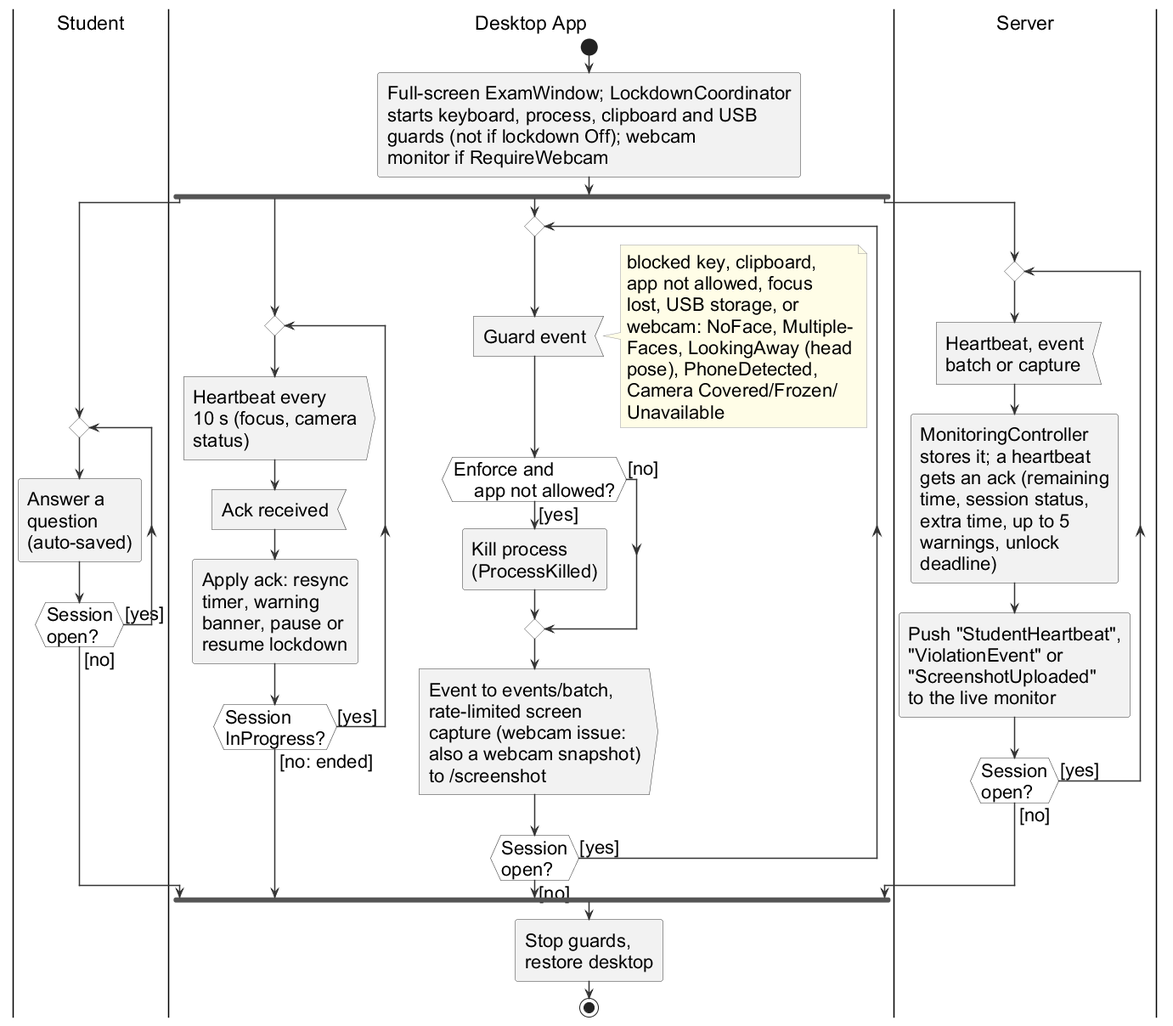
This is important docs/fyp_doc_3chatp/Figures/activity_dashboard.png from Haiderali27-hub/AI-Lab-Monitoring-, a PlantUML export, as it was before one commit. Its source is kept beside it as important docs/fyp_doc_3chatp/Figures/src/activity_dashboard.puml.
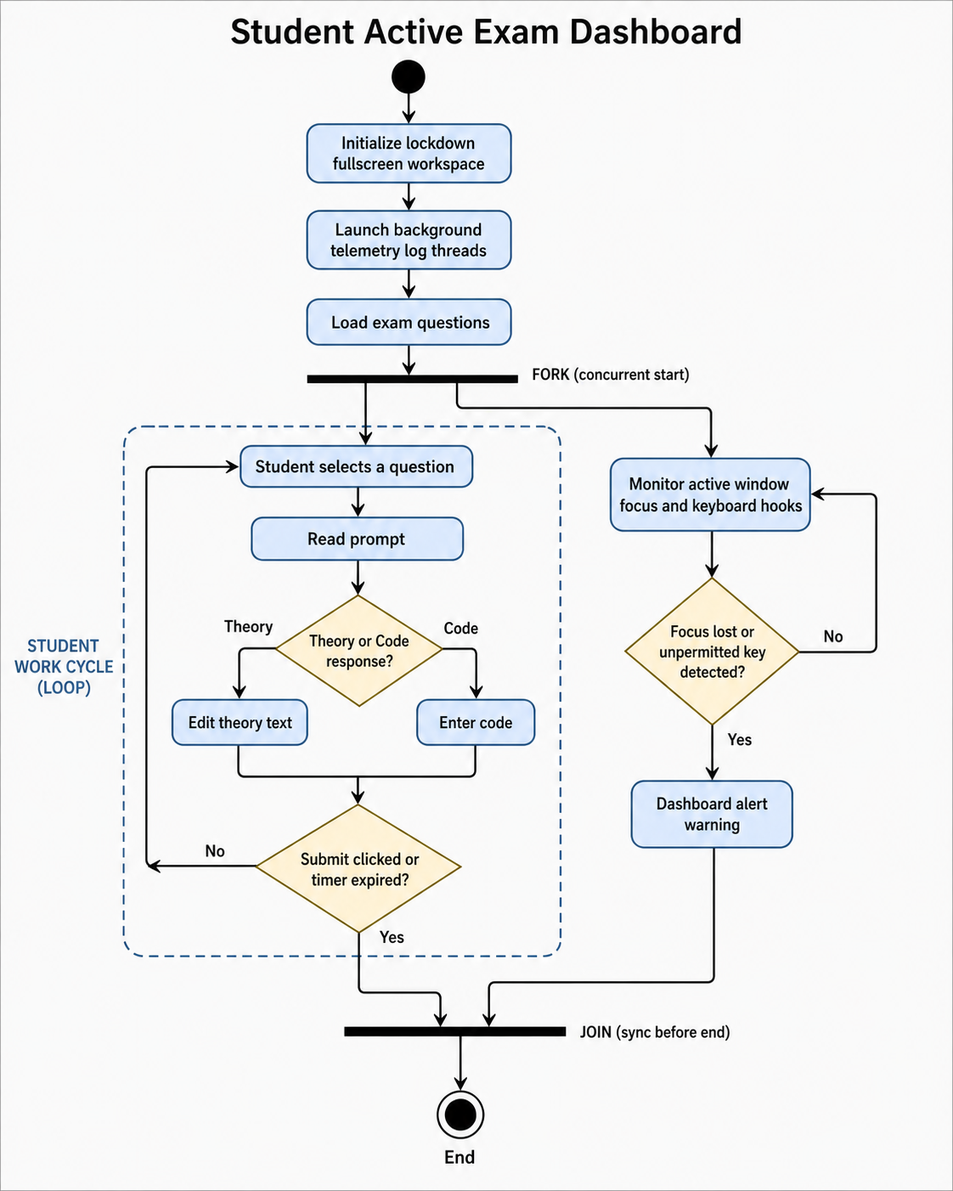
After the change.

Diff of the diagram source:
```diff
@@ -14,72 +14,52 @@
 |Server|
 |Desktop App|
 start
-:Full-screen ExamWindow; LockdownCoordinator
-starts keyboard, process, clipboard and USB
-guards (not if lockdown Off); webcam
-monitor if RequireWebcam;
+:Full-screen exam window,
+start guards (unless
+lockdown Off) and webcam
+monitor (if required);
 fork
   |Student|
   repeat
     :Answer a
     question
     (auto-saved);
-  repeat while (Session\nopen?) is ([yes]) not ([no])
+  repeat while (Session\nopen?) is ([yes])
 fork again
   |Desktop App|
   repeat
-    :Heartbeat every
-    10 s (focus, camera
-    status)>
-    :Ack received<
-    :Apply ack: resync
-    timer, warning
-    banner, pause or
-    resume lockdown;
-  repeat while (Session\nInProgress?) is ([yes]) not ([no: ended])
+    :Heartbeat
+    every 10 s>
+    :Ack<
+    :Apply: timer,
+    warnings,
+    lockdown;
+  repeat while (In\nprogress?) is ([yes])
 fork again
   |Desktop App|
   repeat
-    :Guard event<
-    note right
-      blocked key, clipboard,
-      app not allowed, focus
-      lost, USB storage, or
-      webcam: NoFace, Multiple-
-      Faces, LookingAway (head
-      pose), PhoneDetected,
-      Camera Covered/Frozen/
-      Unavailable
-    end note
+    :Guard
+    event<
     if (Enforce and
     app not allowed?) then ([yes])
-      :Kill process
-      (ProcessKilled);
+      :Kill
+      process;
     else ([no])
     endif
-    :Event to events/batch,
-    rate-limited screen
-    capture (webcam issue:
-    also a webcam snapshot)
-    to /screenshot>
-  repeat while (Session\nopen?) is ([yes]) not ([no])
+    :Send event
+    and screen
+    capture>
+  repeat while (Session\nopen?) is ([yes])
 fork again
   |Server|
   repeat
-    :Heartbeat, event
-    batch or capture<
-    :MonitoringController
-    stores it; a heartbeat
-    gets an ack (remaining
-    time, session status,
-    extra time, up to 5
-    warnings, unlock
-    deadline);
-    :Push "StudentHeartbeat",
-    "ViolationEvent" or
-    "ScreenshotUploaded"
-    to the live monitor;
-  repeat while (Session\nopen?) is ([yes]) not ([no])
+    :Request<
+    :Store it,
+    ack a
+    heartbeat;
+    :Push to
+    live monitor;
+  repeat while (Session\nopen?) is ([yes])
   |Desktop App|
 end fork
 :Stop guards,
```
